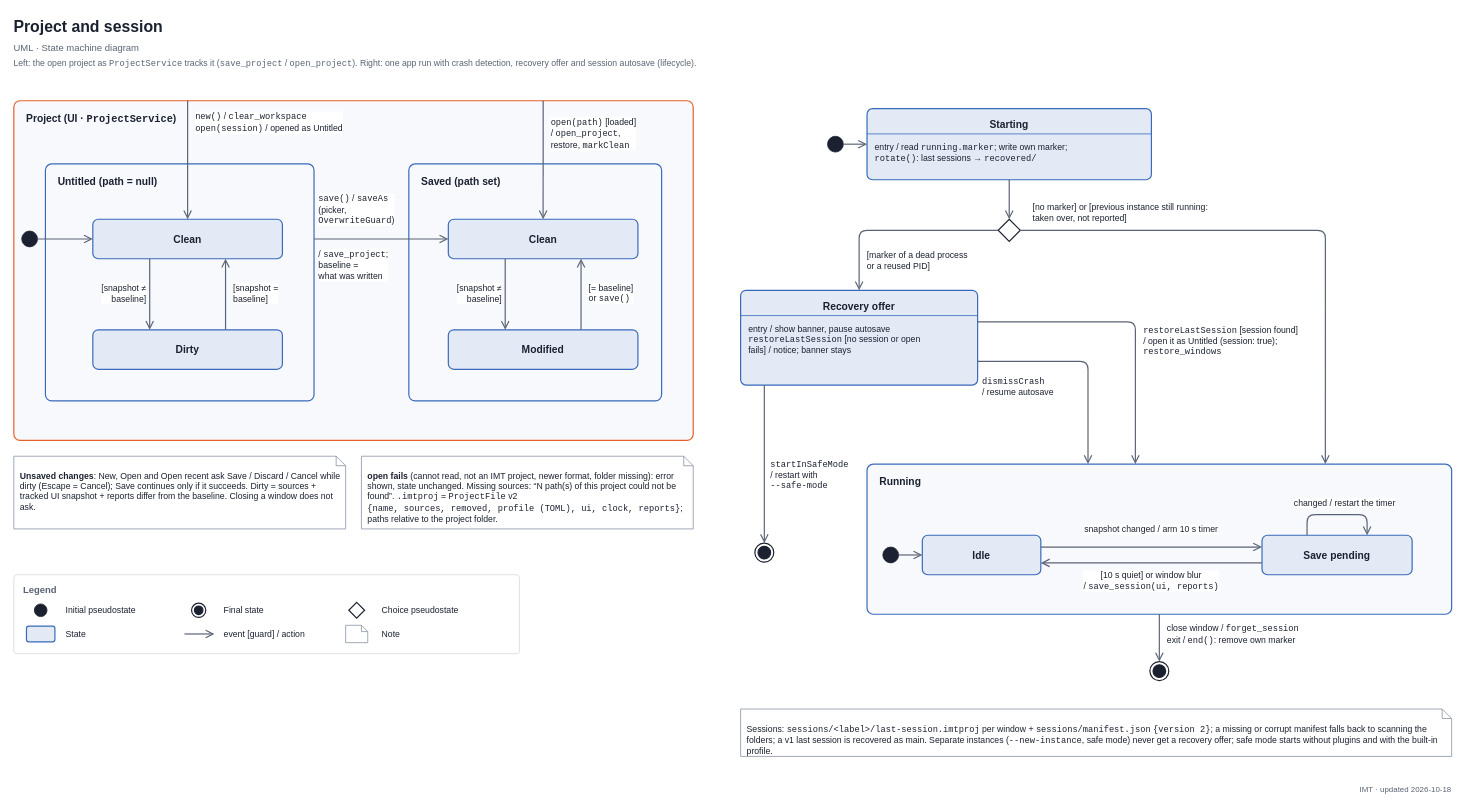
Above: docs/diagrams/uml-state-project.drawio in decryp7/integrated_maintenance_tool (draw.io), before the change. Source tidied: cells renumbered, new cells numbered last; positions are measured from the earlier drawing's top-left corner, leaving out a move shared by most shapes. Both pictures are drawn from the tidied source at 79%, with x=0, y=0 at pixel (13, 13).
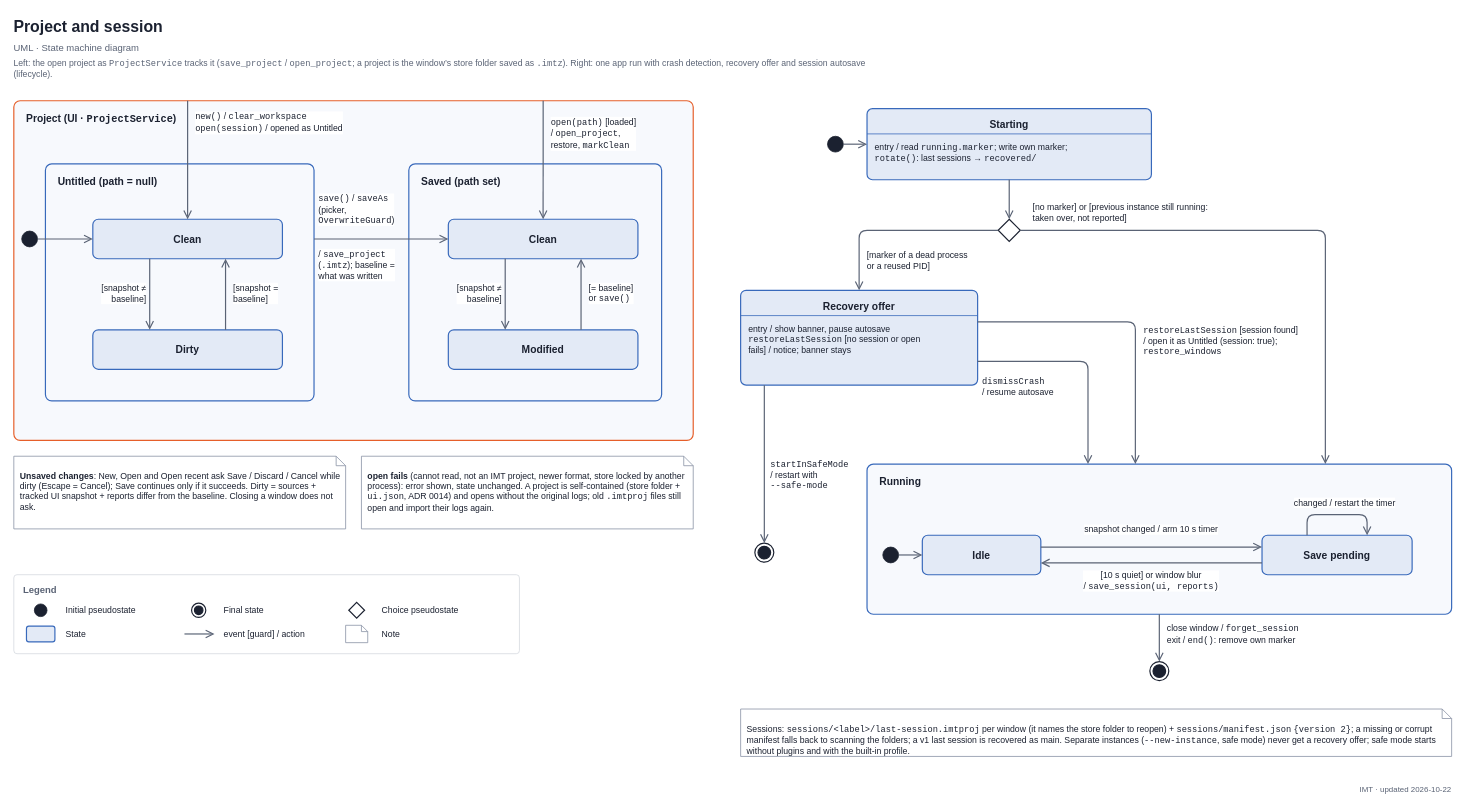
After the change.

What changed in the source:
```diff
@@
-    <mxCell id="4" value="&lt;span style=&quot;font-size:11px;color:#5A6375&quot;&gt;Left: the open project as &lt;span style=&quot;font-family:Consolas,Menlo,monospace;white-space:nowrap&quot;&gt;ProjectService&lt;/span&gt; tracks it (&lt;span style=&quot;font-family:Consolas,Menlo,monospace;white-space:nowrap&quot;&gt;save_project&lt;/span&gt; / &lt;span style=&quot;font-family:Consolas,Menlo,monospace;white-space:nowrap&quot;&gt;open_project&lt;/span&gt;). Right: one app run with crash detection, recovery offer and session autosave (lifecycle).&lt;/span&gt;" style="fontFamily=Arial,Helvetica,sans-serif;html=1;whiteSpace=wrap;fontColor=#1B2130;fontSize=11;text;strokeColor=none;fillColor=none;spacing=0;align=left;verticalAlign=top;" parent="1" vertex="1">
+    <mxCell id="4" value="&lt;span style=&quot;font-size:11px;color:#5A6375&quot;&gt;Left: the open project as &lt;span style=&quot;font-family:Consolas,Menlo,monospace;white-space:nowrap&quot;&gt;ProjectService&lt;/span&gt; tracks it (&lt;span style=&quot;font-family:Consolas,Menlo,monospace;white-space:nowrap&quot;&gt;save_project&lt;/span&gt; / &lt;span style=&quot;font-family:Consolas,Menlo,monospace;white-space:nowrap&quot;&gt;open_project&lt;/span&gt;; a project is the window’s store folder saved as &lt;span style=&quot;font-family:Consolas,Menlo,monospace;white-space:nowrap&quot;&gt;.imtz&lt;/span&gt;). Right: one app run with crash detection, recovery offer and session autosave (lifecycle).&lt;/span&gt;" style="fontFamily=Arial,Helvetica,sans-serif;html=1;whiteSpace=wrap;fontColor=#1B2130;fontSize=11;text;strokeColor=none;fillColor=none;spacing=0;align=left;verticalAlign=top;" parent="1" vertex="1">
       <mxGeometry y="52" width="1100" height="18" as="geometry" />
     </mxCell>
@@
-    <mxCell id="24" value="/ &lt;span style=&quot;font-family:Consolas,Menlo,monospace;white-space:nowrap&quot;&gt;save_project&lt;/span&gt;;&lt;br&gt;baseline =&lt;br&gt;what was written" style="fontFamily=Arial,Helvetica,sans-serif;html=1;whiteSpace=wrap;fontColor=#1B2130;fontSize=11;text;strokeColor=none;fillColor=none;spacing=0;align=left;verticalAlign=middle;fontSize=11;fontStyle=0;labelBackgroundColor=#FFFFFF;" parent="1" vertex="1">
+    <mxCell id="24" value="/ &lt;span style=&quot;font-family:Consolas,Menlo,monospace;white-space:nowrap&quot;&gt;save_project&lt;/span&gt;&lt;br&gt;(&lt;span style=&quot;font-family:Consolas,Menlo,monospace;white-space:nowrap&quot;&gt;.imtz&lt;/span&gt;); baseline =&lt;br&gt;what was written" style="fontFamily=Arial,Helvetica,sans-serif;html=1;whiteSpace=wrap;fontColor=#1B2130;fontSize=11;text;strokeColor=none;fillColor=none;spacing=0;align=left;verticalAlign=middle;fontSize=11;fontStyle=0;labelBackgroundColor=#FFFFFF;" parent="1" vertex="1">
       <mxGeometry x="386" y="294" width="110" height="48" as="geometry" />
     </mxCell>
@@
-    <mxCell id="30" value="&lt;b&gt;open fails&lt;/b&gt; (cannot read, not an IMT project, newer format, folder missing): error shown, state unchanged. Missing sources: “N path(s) of this project could not be found”. &lt;span style=&quot;font-family:Consolas,Menlo,monospace;white-space:nowrap&quot;&gt;.imtproj&lt;/span&gt; = &lt;span style=&quot;font-family:Consolas,Menlo,monospace;white-space:nowrap&quot;&gt;ProjectFile&lt;/span&gt; v2 &lt;span style=&quot;font-family:Consolas,Menlo,monospace;white-space:nowrap&quot;&gt;{name, sources, removed, profile (TOML), ui, clock, reports}&lt;/span&gt;; paths relative to the project folder." style="fontFamily=Arial,Helvetica,sans-serif;html=1;whiteSpace=wrap;fontColor=#1B2130;fontSize=11;shape=note;size=12;strokeWidth=1;strokeColor=#8A93A6;fillColor=#FFFFFF;align=left;verticalAlign=top;spacing=8;spacingTop=6;fontSize=11;fontColor=#1B2130;" parent="1" vertex="1">
+    <mxCell id="30" value="&lt;b&gt;open fails&lt;/b&gt; (cannot read, not an IMT project, newer format, store locked by another process): error shown, state unchanged. A project is self-contained (store folder + &lt;span style=&quot;font-family:Consolas,Menlo,monospace;white-space:nowrap&quot;&gt;ui.json&lt;/span&gt;, ADR 0014) and opens without the original logs; old &lt;span style=&quot;font-family:Consolas,Menlo,monospace;white-space:nowrap&quot;&gt;.imtproj&lt;/span&gt; files still open and import their logs again." style="fontFamily=Arial,Helvetica,sans-serif;html=1;whiteSpace=wrap;fontColor=#1B2130;fontSize=11;shape=note;size=12;strokeWidth=1;strokeColor=#8A93A6;fillColor=#FFFFFF;align=left;verticalAlign=top;spacing=8;spacingTop=6;fontSize=11;fontColor=#1B2130;" parent="1" vertex="1">
       <mxGeometry x="440" y="560" width="420" height="92" as="geometry" />
     </mxCell>
@@
-    <mxCell id="66" value="Sessions: &lt;span style=&quot;font-family:Consolas,Menlo,monospace;white-space:nowrap&quot;&gt;sessions/&amp;lt;label&amp;gt;/last-session.imtproj&lt;/span&gt; per window + &lt;span style=&quot;font-family:Consolas,Menlo,monospace;white-space:nowrap&quot;&gt;sessions/manifest.json&lt;/span&gt; &lt;span style=&quot;font-family:Consolas,Menlo,monospace;white-space:nowrap&quot;&gt;{version 2}&lt;/span&gt;; a missing or corrupt manifest falls back to scanning the folders; a v1 last session is recovered as main. Separate instances (&lt;span style=&quot;font-family:Consolas,Menlo,monospace;white-space:nowrap&quot;&gt;--new-instance&lt;/span&gt;, safe mode) never get a recovery offer; safe mode starts without plugins and with the built-in profile." style="fontFamily=Arial,Helvetica,sans-serif;html=1;whiteSpace=wrap;fontColor=#1B2130;fontSize=11;shape=note;size=12;strokeWidth=1;strokeColor=#8A93A6;fillColor=#FFFFFF;align=left;verticalAlign=top;spacing=8;spacingTop=6;fontSize=11;fontColor=#1B2130;" parent="1" vertex="1">
+    <mxCell id="66" value="Sessions: &lt;span style=&quot;font-family:Consolas,Menlo,monospace;white-space:nowrap&quot;&gt;sessions/&amp;lt;label&amp;gt;/last-session.imtproj&lt;/span&gt; per window (it names the store folder to reopen) + &lt;span style=&quot;font-family:Consolas,Menlo,monospace;white-space:nowrap&quot;&gt;sessions/manifest.json&lt;/span&gt; &lt;span style=&quot;font-family:Consolas,Menlo,monospace;white-space:nowrap&quot;&gt;{version 2}&lt;/span&gt;; a missing or corrupt manifest falls back to scanning the folders; a v1 last session is recovered as main. Separate instances (&lt;span style=&quot;font-family:Consolas,Menlo,monospace;white-space:nowrap&quot;&gt;--new-instance&lt;/span&gt;, safe mode) never get a recovery offer; safe mode starts without plugins and with the built-in profile." style="fontFamily=Arial,Helvetica,sans-serif;html=1;whiteSpace=wrap;fontColor=#1B2130;fontSize=11;shape=note;size=12;strokeWidth=1;strokeColor=#8A93A6;fillColor=#FFFFFF;align=left;verticalAlign=top;spacing=8;spacingTop=6;fontSize=11;fontColor=#1B2130;" parent="1" vertex="1">
       <mxGeometry x="920" y="880" width="900" height="60" as="geometry" />
     </mxCell>
@@
-    <mxCell id="80" value="&lt;span style=&quot;font-size:10px;color:#5A6375&quot;&gt;IMT · updated 2026-10-18&lt;/span&gt;" style="fontFamily=Arial,Helvetica,sans-serif;html=1;whiteSpace=wrap;fontColor=#1B2130;fontSize=11;text;strokeColor=none;fillColor=none;spacing=0;align=right;verticalAlign=top;" parent="1" vertex="1">
+    <mxCell id="80" value="&lt;span style=&quot;font-size:10px;color:#5A6375&quot;&gt;IMT · updated 2026-10-22&lt;/span&gt;" style="fontFamily=Arial,Helvetica,sans-serif;html=1;whiteSpace=wrap;fontColor=#1B2130;fontSize=11;text;strokeColor=none;fillColor=none;spacing=0;align=right;verticalAlign=top;" parent="1" vertex="1">
       <mxGeometry x="1600" y="970" width="220" height="18" as="geometry" />
     </mxCell>
```
